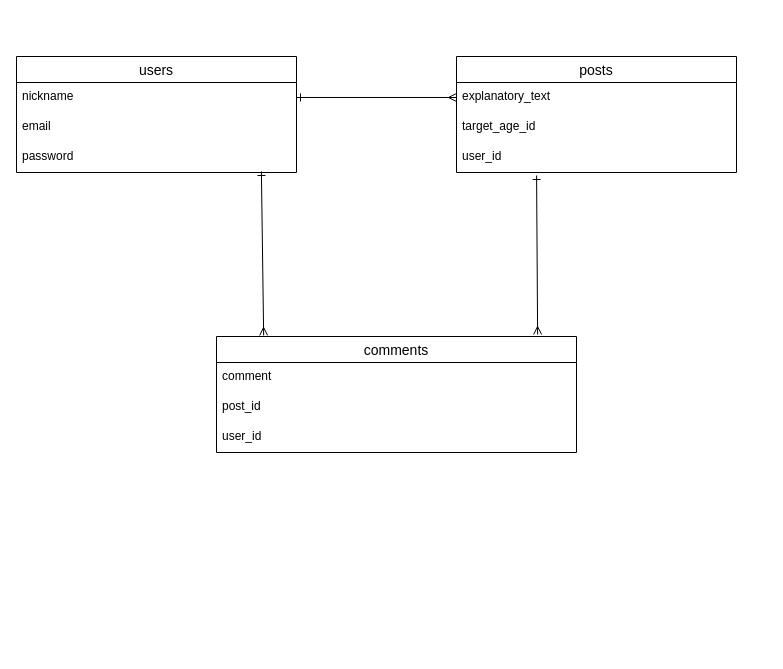
tomoya0827/original-39671 keeps this draw.io diagram as original-39671.dio. Above is the earlier version. Source tidied: cells renumbered, new cells numbered last; positions are measured from the earlier drawing's top-left corner, leaving out a move shared by most shapes. Both pictures are drawn from the tidied source at 100%, with x=0, y=0 at pixel (16, 56).
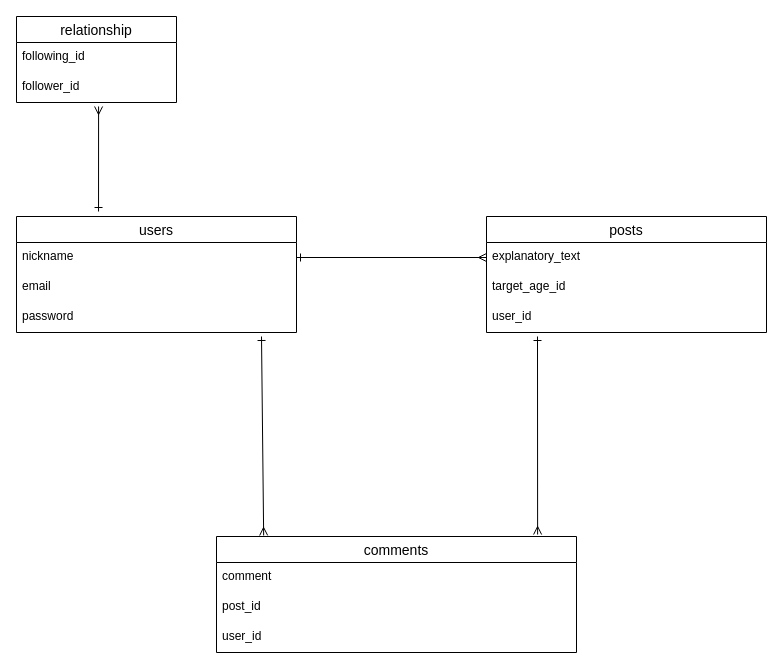
After the change.

Unchanged cells that the change refers to:
```xml
<mxCell id="9" value="user_id" style="text;strokeColor=none;fillColor=none;spacingLeft=4;spacingRight=4;overflow=hidden;points=[[0,0.5],[1,0.5]];portConstraint=eastwest;fontSize=12;" parent="6" vertex="1">
  <mxGeometry y="86" width="280" height="30" as="geometry" />
</mxCell>
```

What changed in the source:
```diff
@@
     <mxCell id="2" value="users" style="swimlane;fontStyle=0;horizontal=1;startSize=26;align=center;fontSize=14;" parent="1" vertex="1">
-      <mxGeometry width="280" height="116" as="geometry" />
+      <mxGeometry y="160" width="280" height="116" as="geometry" />
     </mxCell>
@@
     <mxCell id="6" value="posts" style="swimlane;fontStyle=0;horizontal=1;startSize=26;align=center;fontSize=14;" parent="1" vertex="1">
-      <mxGeometry x="440" width="280" height="116" as="geometry" />
+      <mxGeometry x="470" y="160" width="280" height="116" as="geometry" />
     </mxCell>
@@
     <mxCell id="10" value="comments" style="swimlane;fontStyle=0;horizontal=1;startSize=26;align=center;fontSize=14;" parent="1" vertex="1">
-      <mxGeometry x="200" y="280" width="360" height="116" as="geometry" />
+      <mxGeometry x="200" y="480" width="360" height="116" as="geometry" />
     </mxCell>
@@
-    <mxCell id="15" style="endArrow=ERmany;html=1;rounded=0;exitX=0.286;exitY=1.1;exitDx=0;exitDy=0;exitPerimeter=0;entryX=0.892;entryY=-0.017;entryDx=0;entryDy=0;entryPerimeter=0;startArrow=ERone;startFill=0;endFill=0;" parent="1" edge="1" source="9" target="10">
-      <mxGeometry relative="1" as="geometry" />
+    <mxCell id="15" style="endArrow=ERmany;html=1;rounded=0;entryX=0.892;entryY=-0.017;entryDx=0;entryDy=0;entryPerimeter=0;startArrow=ERone;startFill=0;endFill=0;" parent="1" edge="1" target="10">
+      <mxGeometry relative="1" as="geometry">
+        <mxPoint x="521" y="280" as="sourcePoint" />
+      </mxGeometry>
     </mxCell>
-    <mxCell id="16" style="endArrow=ERmany;html=1;rounded=0;exitX=0.864;exitY=0.967;exitDx=0;exitDy=0;exitPerimeter=0;entryX=0.131;entryY=-0.009;entryDx=0;entryDy=0;entryPerimeter=0;endFill=0;startArrow=ERone;startFill=0;" parent="1" edge="1" target="10">
+    <mxCell id="16" style="endArrow=ERmany;html=1;rounded=0;entryX=0.131;entryY=-0.009;entryDx=0;entryDy=0;entryPerimeter=0;endFill=0;startArrow=ERone;startFill=0;" parent="1" edge="1" target="10">
       <mxGeometry relative="1" as="geometry">
-        <mxPoint x="244.9" y="115" as="sourcePoint" />
+        <mxPoint x="245" y="280" as="sourcePoint" />
       </mxGeometry>
     </mxCell>
+    <mxCell id="17" value="relationship" style="swimlane;fontStyle=0;horizontal=1;startSize=26;align=center;fontSize=14;" parent="1" vertex="1">
+      <mxGeometry y="-40" width="160" height="86" as="geometry" />
+    </mxCell>
+    <mxCell id="18" value="following_id" style="text;strokeColor=none;fillColor=none;spacingLeft=4;spacingRight=4;overflow=hidden;fontSize=12;" parent="17" vertex="1">
+      <mxGeometry y="26" width="160" height="30" as="geometry" />
+    </mxCell>
+    <mxCell id="19" value="follower_id" style="text;strokeColor=none;fillColor=none;spacingLeft=4;spacingRight=4;overflow=hidden;points=[[0,0.5],[1,0.5]];portConstraint=eastwest;fontSize=12;" parent="17" vertex="1">
+      <mxGeometry y="56" width="160" height="30" as="geometry" />
+    </mxCell>
+    <mxCell id="20" style="endArrow=ERone;html=1;rounded=0;exitX=0.513;exitY=1.133;exitDx=0;exitDy=0;exitPerimeter=0;entryX=0.293;entryY=-0.043;entryDx=0;entryDy=0;entryPerimeter=0;startArrow=ERmany;startFill=0;endFill=0;" parent="1" edge="1" source="19" target="2">
+      <mxGeometry relative="1" as="geometry" />
+    </mxCell>
```
